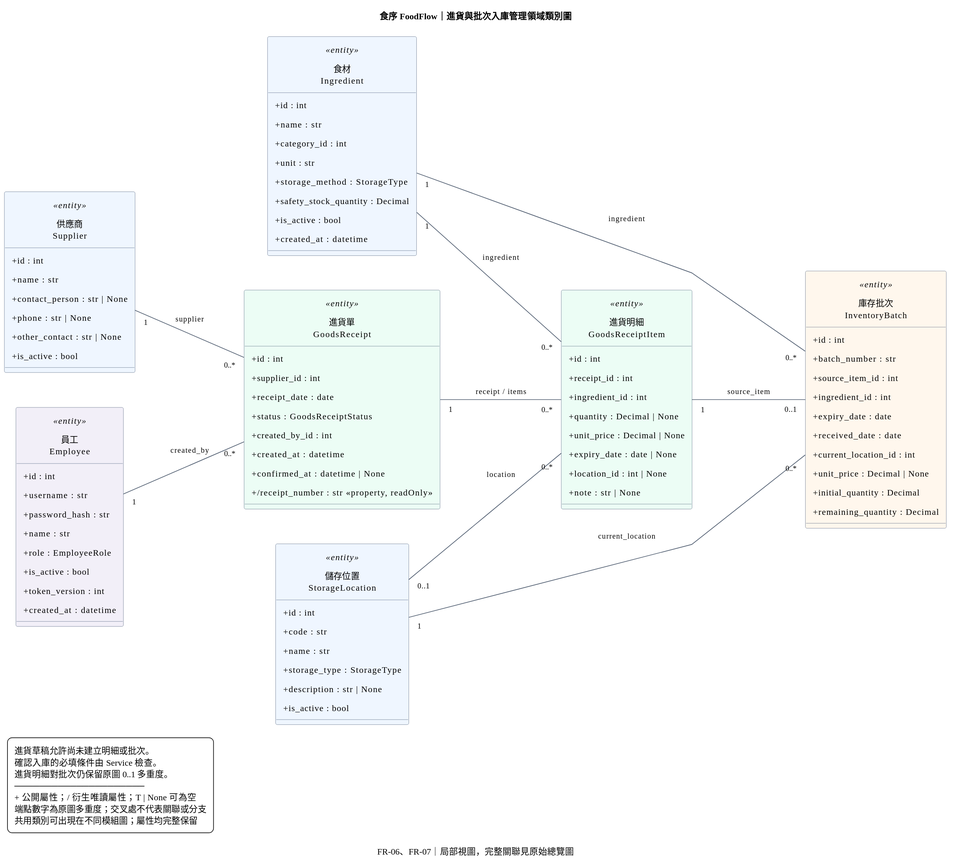
Above: docs/diagrams/domain-modules/b-class-03-receiving.svg in Software-engineering-foodflow/foodflow (PlantUML), before the change. Its source is kept beside it as docs/diagrams/domain-modules/b-class-03-receiving.puml. Source of this version:
```plantuml
@startuml b-class-03-receiving
title 食序 FoodFlow｜進貨與批次入庫管理領域類別圖
caption FR-06、FR-07｜局部視圖，完整關聯見原始總覽圖
left to right direction
hide circle
skinparam linetype polyline
skinparam backgroundColor white
skinparam shadowing false
skinparam defaultFontName Microsoft JhengHei
skinparam defaultFontSize 14
skinparam classAttributeIconSize 0
skinparam classBorderColor #64748B
skinparam ArrowColor #475569
skinparam ArrowFontSize 12
skinparam nodesep 55
skinparam ranksep 100
skinparam padding 6
skinparam dpi 120

class "供應商\nSupplier" as Supplier <<entity>> #EFF6FF {
  +id : int
  +name : str
  +contact_person : str | None
  +phone : str | None
  +other_contact : str | None
  +is_active : bool
}

class "員工\nEmployee" as Employee <<entity>> #F2EFF8 {
  +id : int
  +username : str
  +password_hash : str
  +name : str
  +role : EmployeeRole
  +is_active : bool
  +token_version : int
  +created_at : datetime
}

class "進貨單\nGoodsReceipt" as GoodsReceipt <<entity>> #ECFDF5 {
  +id : int
  +supplier_id : int
  +receipt_date : date
  +status : GoodsReceiptStatus
  +created_by_id : int
  +created_at : datetime
  +confirmed_at : datetime | None
  +/receipt_number : str <<property, readOnly>>
}

class "進貨明細\nGoodsReceiptItem" as GoodsReceiptItem <<entity>> #ECFDF5 {
  +id : int
  +receipt_id : int
  +ingredient_id : int
  +quantity : Decimal | None
  +unit_price : Decimal | None
  +expiry_date : date | None
  +location_id : int | None
  +note : str | None
}

class "食材\nIngredient" as Ingredient <<entity>> #EFF6FF {
  +id : int
  +name : str
  +category_id : int
  +unit : str
  +storage_method : StorageType
  +safety_stock_quantity : Decimal
  +is_active : bool
  +created_at : datetime
}

class "儲存位置\nStorageLocation" as StorageLocation <<entity>> #EFF6FF {
  +id : int
  +code : str
  +name : str
  +storage_type : StorageType
  +description : str | None
  +is_active : bool
}

class "庫存批次\nInventoryBatch" as InventoryBatch <<entity>> #FFF7ED {
  +id : int
  +batch_number : str
  +source_item_id : int
  +ingredient_id : int
  +expiry_date : date
  +received_date : date
  +current_location_id : int
  +unit_price : Decimal | None
  +initial_quantity : Decimal
  +remaining_quantity : Decimal
}

Employee "1" -- "0..*" GoodsReceipt : created_by
GoodsReceipt "1" -- "0..*" GoodsReceiptItem : receipt / items
GoodsReceiptItem "1" -- "0..1" InventoryBatch : source_item
Ingredient "1" -- "0..*" GoodsReceiptItem : ingredient
Ingredient "1" -- "0..*" InventoryBatch : ingredient
StorageLocation "0..1" -- "0..*" GoodsReceiptItem : location
StorageLocation "1" -- "0..*" InventoryBatch : current_location
Supplier "1" -- "0..*" GoodsReceipt : supplier


legend bottom left
  進貨草稿允許尚未建立明細或批次。
  確認入庫的必填條件由 Service 檢查。
  進貨明細對批次仍保留原圖 0..1 多重度。
  ─────────────────────
  + 公開屬性；/ 衍生唯讀屬性；T | None 可為空
  端點數字為原圖多重度；交叉處不代表關聯或分支
  共用類別可出現在不同模組圖；屬性均完整保留
endlegend
@enduml
```
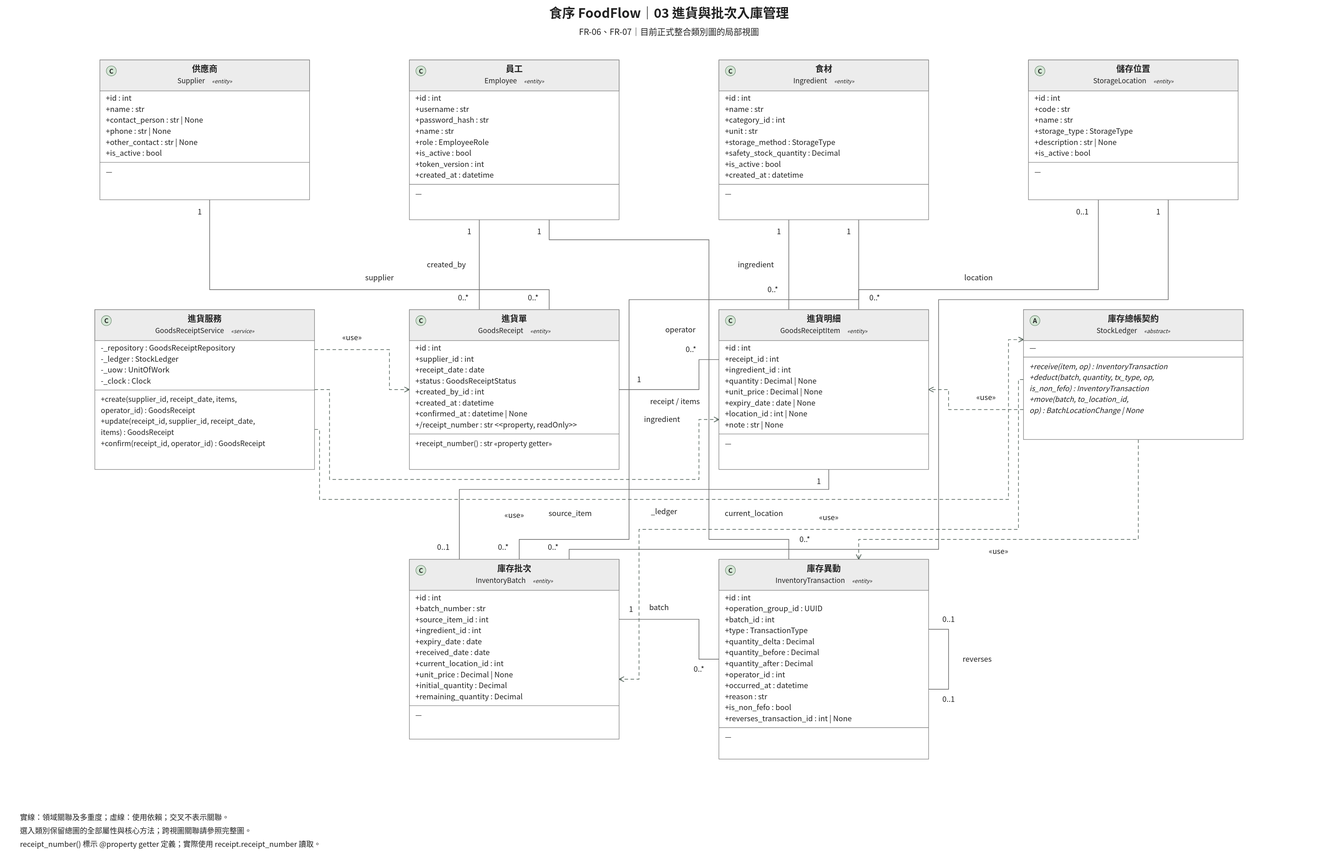
The same diagram one commit later.

Diff of the diagram source:
```diff
@@ -1,32 +1,30 @@
 @startuml b-class-03-receiving
-title 食序 FoodFlow｜進貨與批次入庫管理領域類別圖
-caption FR-06、FR-07｜局部視圖，完整關聯見原始總覽圖
-left to right direction
-hide circle
-skinparam linetype polyline
+title 食序 FoodFlow｜進貨與批次入庫管理
+caption FR-06、FR-07｜目前正式整合類別圖的局部視圖
+top to bottom direction
 skinparam backgroundColor white
 skinparam shadowing false
 skinparam defaultFontName Microsoft JhengHei
-skinparam defaultFontSize 14
+skinparam defaultFontSize 15
 skinparam classAttributeIconSize 0
-skinparam classBorderColor #64748B
-skinparam ArrowColor #475569
-skinparam ArrowFontSize 12
-skinparam nodesep 55
-skinparam ranksep 100
-skinparam padding 6
-skinparam dpi 120
-
-class "供應商\nSupplier" as Supplier <<entity>> #EFF6FF {
+skinparam classBackgroundColor white
+skinparam classHeaderBackgroundColor #ECECEC
+skinparam classBorderColor #777777
+skinparam linetype polyline
+skinparam dpi 192
+together {
+class "供應商\nSupplier" as Supplier <<entity>> {
   +id : int
   +name : str
   +contact_person : str | None
   +phone : str | None
   +other_contact : str | None
   +is_active : bool
+  -- 方法 --
+
 }
 
-class "員工\nEmployee" as Employee <<entity>> #F2EFF8 {
+class "員工\nEmployee" as Employee <<entity>> {
   +id : int
   +username : str
   +password_hash : str
@@ -35,9 +33,50 @@
   +is_active : bool
   +token_version : int
   +created_at : datetime
+  -- 方法 --
+
 }
 
-class "進貨單\nGoodsReceipt" as GoodsReceipt <<entity>> #ECFDF5 {
+class "食材\nIngredient" as Ingredient <<entity>> {
+  +id : int
+  +name : str
+  +category_id : int
+  +unit : str
+  +storage_method : StorageType
+  +safety_stock_quantity : Decimal
+  +is_active : bool
+  +created_at : datetime
+  -- 方法 --
+
+}
+
+class "儲存位置\nStorageLocation" as StorageLocation <<entity>> {
+  +id : int
+  +code : str
+  +name : str
+  +storage_type : StorageType
+  +description : str | None
+  +is_active : bool
+  -- 方法 --
+
+}
+}
+Supplier -[hidden]right-> Employee
+Employee -[hidden]right-> Ingredient
+Ingredient -[hidden]right-> StorageLocation
+together {
+class "進貨服務\nGoodsReceiptService" as GoodsReceiptService <<service>> {
+  -_repository : GoodsReceiptRepository
+  -_ledger : StockLedger
+  -_uow : UnitOfWork
+  -_clock : Clock
+  -- 方法 --
+  +create(supplier_id, receipt_date, items, operator_id) : GoodsReceipt
+  +update(receipt_id, supplier_id, receipt_date, items) : GoodsReceipt
+  +confirm(receipt_id, operator_id) : GoodsReceipt
+}
+
+class "進貨單\nGoodsReceipt" as GoodsReceipt <<entity>> {
   +id : int
   +supplier_id : int
   +receipt_date : date
@@ -46,9 +85,11 @@
   +created_at : datetime
   +confirmed_at : datetime | None
   +/receipt_number : str <<property, readOnly>>
+  -- 方法 --
+  +receipt_number() : str <<property getter>>
 }
 
-class "進貨明細\nGoodsReceiptItem" as GoodsReceiptItem <<entity>> #ECFDF5 {
+class "進貨明細\nGoodsReceiptItem" as GoodsReceiptItem <<entity>> {
   +id : int
   +receipt_id : int
   +ingredient_id : int
@@ -57,29 +98,23 @@
   +expiry_date : date | None
   +location_id : int | None
   +note : str | None
+  -- 方法 --
+
 }
 
-class "食材\nIngredient" as Ingredient <<entity>> #EFF6FF {
-  +id : int
-  +name : str
-  +category_id : int
-  +unit : str
-  +storage_method : StorageType
-  +safety_stock_quantity : Decimal
-  +is_active : bool
-  +created_at : datetime
+abstract class "庫存總帳契約\nStockLedger" as StockLedger <<abstract>> {
+
+  -- 方法 --
+  +receive(item, op) : InventoryTransaction
+  +deduct(batch, quantity, tx_type, op, is_non_fefo) : InventoryTransaction
+  +move(batch, to_location_id, op) : BatchLocationChange | None
 }
-
-class "儲存位置\nStorageLocation" as StorageLocation <<entity>> #EFF6FF {
-  +id : int
-  +code : str
-  +name : str
-  +storage_type : StorageType
-  +description : str | None
-  +is_active : bool
 }
-
-class "庫存批次\nInventoryBatch" as InventoryBatch <<entity>> #FFF7ED {
+GoodsReceiptService -[hidden]right-> GoodsReceipt
+GoodsReceipt -[hidden]right-> GoodsReceiptItem
+GoodsReceiptItem -[hidden]right-> StockLedger
+together {
+class "庫存批次\nInventoryBatch" as InventoryBatch <<entity>> {
   +id : int
   +batch_number : str
   +source_item_id : int
@@ -90,25 +125,51 @@
   +unit_price : Decimal | None
   +initial_quantity : Decimal
   +remaining_quantity : Decimal
+  -- 方法 --
+
 }
 
+class "庫存異動\nInventoryTransaction" as InventoryTransaction <<entity>> {
+  +id : int
+  +operation_group_id : UUID
+  +batch_id : int
+  +type : TransactionType
+  +quantity_delta : Decimal
+  +quantity_before : Decimal
+  +quantity_after : Decimal
+  +operator_id : int
+  +occurred_at : datetime
+  +reason : str
+  +is_non_fefo : bool
+  +reverses_transaction_id : int | None
+  -- 方法 --
+
+}
+}
+InventoryBatch -[hidden]right-> InventoryTransaction
+Supplier -[hidden]down-> GoodsReceiptService
+GoodsReceiptService -[hidden]down-> InventoryBatch
 Employee "1" -- "0..*" GoodsReceipt : created_by
+Employee "1" -- "0..*" InventoryTransaction : operator
 GoodsReceipt "1" -- "0..*" GoodsReceiptItem : receipt / items
 GoodsReceiptItem "1" -- "0..1" InventoryBatch : source_item
 Ingredient "1" -- "0..*" GoodsReceiptItem : ingredient
 Ingredient "1" -- "0..*" InventoryBatch : ingredient
+InventoryBatch "1" -- "0..*" InventoryTransaction : batch
+InventoryTransaction "0..1" -- "0..1" InventoryTransaction : reverses
 StorageLocation "0..1" -- "0..*" GoodsReceiptItem : location
 StorageLocation "1" -- "0..*" InventoryBatch : current_location
 Supplier "1" -- "0..*" GoodsReceipt : supplier
-
-
+GoodsReceiptService ..> GoodsReceipt : «use»
+GoodsReceiptService ..> GoodsReceiptItem : «use»
+GoodsReceiptService ..> StockLedger : _ledger
+StockLedger ..> InventoryBatch : «use»
+StockLedger ..> InventoryTransaction : «use»
+StockLedger ..> GoodsReceiptItem : «use»
 legend bottom left
-  進貨草稿允許尚未建立明細或批次。
-  確認入庫的必填條件由 Service 檢查。
-  進貨明細對批次仍保留原圖 0..1 多重度。
-  ─────────────────────
-  + 公開屬性；/ 衍生唯讀屬性；T | None 可為空
-  端點數字為原圖多重度；交叉處不代表關聯或分支
-  共用類別可出現在不同模組圖；屬性均完整保留
+  實線為領域關聯；虛線為使用依賴。類別成員與多重度直接沿用完整圖。
+  僅顯示兩端都在本視圖內的關聯；完整關聯請參照 b-class-diagram。
+  PNG／SVG 與 draw.io 使用固定排版，PlantUML 自動排版可能不同。
+  receipt_number() 標示 @property getter 定義；實際使用 receipt.receipt_number 讀取。
 endlegend
 @enduml
```
